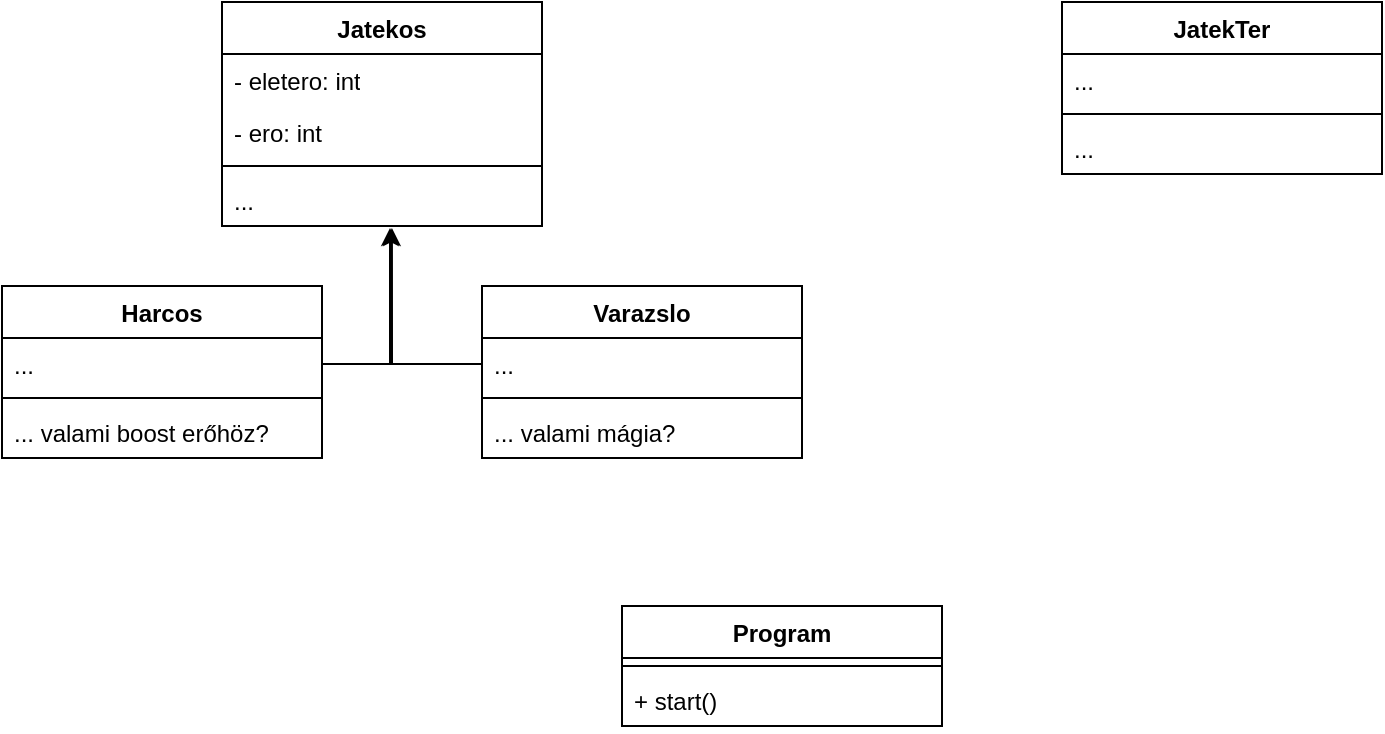
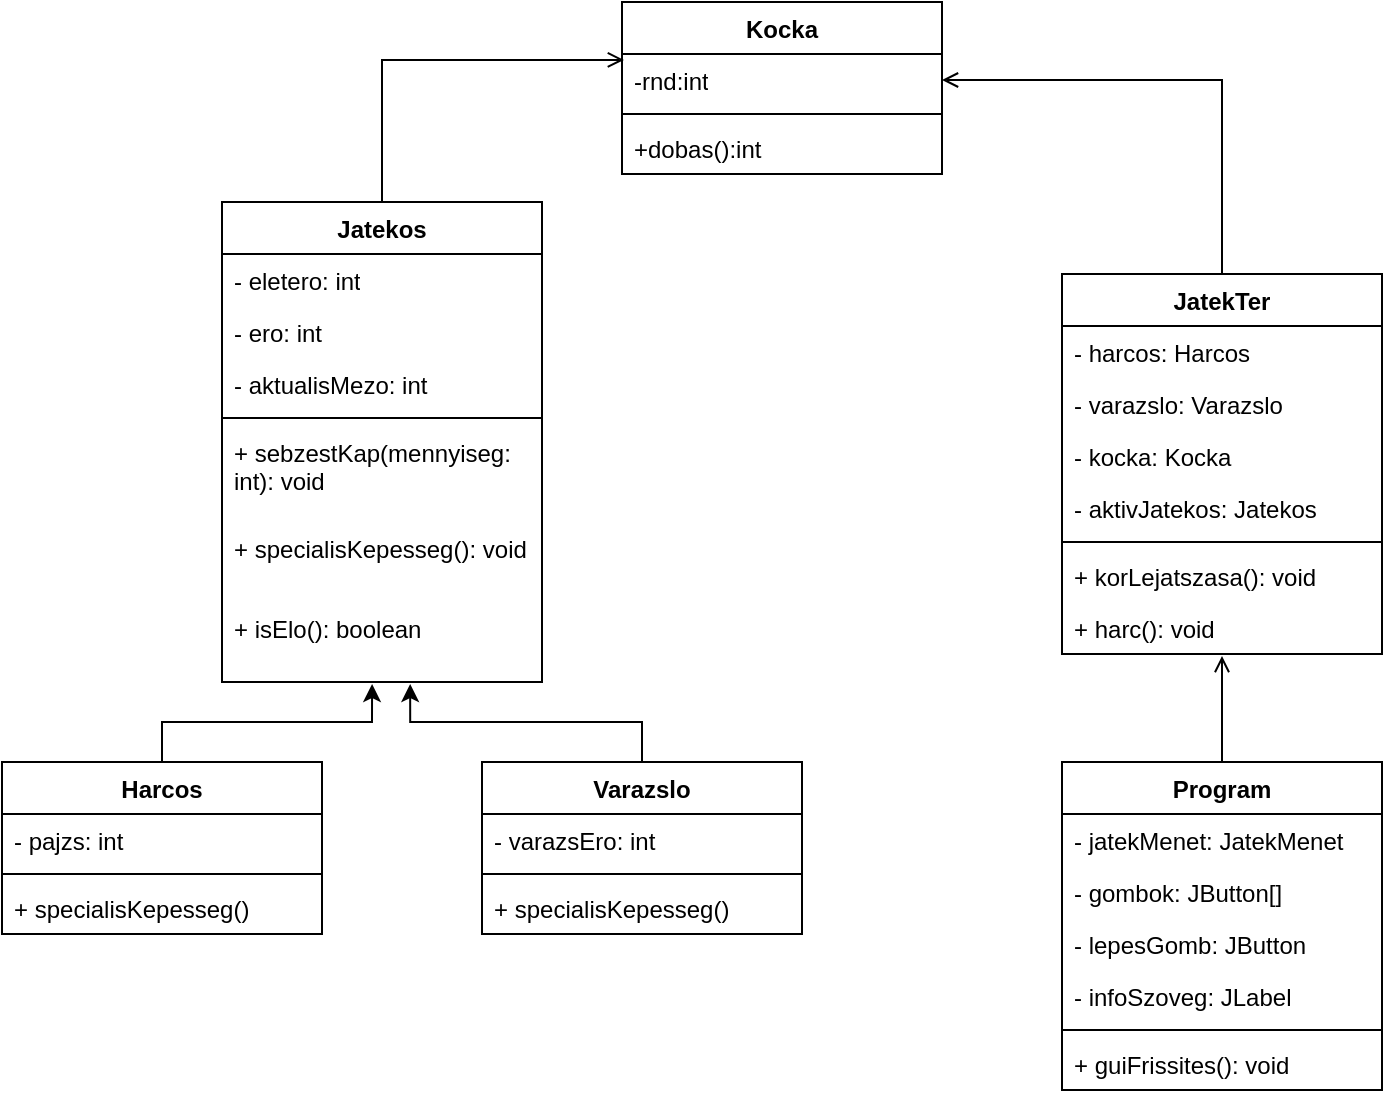
<mxfile host="app.diagrams.net">
  <diagram name="Oldal-1" id="MDZ7BmWtge9CRLqWw2h7">
    <mxGraphModel dx="934" dy="597" grid="1" gridSize="10" guides="1" tooltips="1" connect="1" arrows="1" fold="1" page="1" pageScale="1" pageWidth="827" pageHeight="1169" math="0" shadow="0">
      <root>
        <mxCell id="0" />
        <mxCell id="1" parent="0" />
        <mxCell id="AlQJ_QxqJ-K2OFVFKbxU-5" parent="1" style="swimlane;fontStyle=1;align=center;verticalAlign=top;childLayout=stackLayout;horizontal=1;startSize=26;horizontalStack=0;resizeParent=1;resizeParentMax=0;resizeLast=0;collapsible=1;marginBottom=0;whiteSpace=wrap;html=1;" value="Jatekos" vertex="1">
-           <mxGeometry height="112" width="160" x="150" y="58" as="geometry" />
+           <mxGeometry height="240" width="160" x="150" y="120" as="geometry" />
        </mxCell>
        <mxCell id="AlQJ_QxqJ-K2OFVFKbxU-6" parent="AlQJ_QxqJ-K2OFVFKbxU-5" style="text;strokeColor=none;fillColor=none;align=left;verticalAlign=top;spacingLeft=4;spacingRight=4;overflow=hidden;rotatable=0;points=[[0,0.5],[1,0.5]];portConstraint=eastwest;whiteSpace=wrap;html=1;" value="- eletero: int" vertex="1">
          <mxGeometry height="26" width="160" y="26" as="geometry" />
        </mxCell>
        <mxCell id="AlQJ_QxqJ-K2OFVFKbxU-9" parent="AlQJ_QxqJ-K2OFVFKbxU-5" style="text;strokeColor=none;fillColor=none;align=left;verticalAlign=top;spacingLeft=4;spacingRight=4;overflow=hidden;rotatable=0;points=[[0,0.5],[1,0.5]];portConstraint=eastwest;whiteSpace=wrap;html=1;" value="- ero: int" vertex="1">
          <mxGeometry height="26" width="160" y="52" as="geometry" />
        </mxCell>
+         <mxCell id="AlQJ_QxqJ-K2OFVFKbxU-35" parent="AlQJ_QxqJ-K2OFVFKbxU-5" style="text;strokeColor=none;fillColor=none;align=left;verticalAlign=top;spacingLeft=4;spacingRight=4;overflow=hidden;rotatable=0;points=[[0,0.5],[1,0.5]];portConstraint=eastwest;whiteSpace=wrap;html=1;" value="- aktualisMezo: int" vertex="1">
+           <mxGeometry height="26" width="160" y="78" as="geometry" />
+         </mxCell>
        <mxCell id="AlQJ_QxqJ-K2OFVFKbxU-7" parent="AlQJ_QxqJ-K2OFVFKbxU-5" style="line;strokeWidth=1;fillColor=none;align=left;verticalAlign=middle;spacingTop=-1;spacingLeft=3;spacingRight=3;rotatable=0;labelPosition=right;points=[];portConstraint=eastwest;strokeColor=inherit;" value="" vertex="1">
-           <mxGeometry height="8" width="160" y="78" as="geometry" />
+           <mxGeometry height="8" width="160" y="104" as="geometry" />
        </mxCell>
-         <mxCell id="AlQJ_QxqJ-K2OFVFKbxU-8" parent="AlQJ_QxqJ-K2OFVFKbxU-5" style="text;strokeColor=none;fillColor=none;align=left;verticalAlign=top;spacingLeft=4;spacingRight=4;overflow=hidden;rotatable=0;points=[[0,0.5],[1,0.5]];portConstraint=eastwest;whiteSpace=wrap;html=1;" value="..." vertex="1">
-           <mxGeometry height="26" width="160" y="86" as="geometry" />
+         <mxCell id="AlQJ_QxqJ-K2OFVFKbxU-8" parent="AlQJ_QxqJ-K2OFVFKbxU-5" style="text;strokeColor=none;fillColor=none;align=left;verticalAlign=top;spacingLeft=4;spacingRight=4;overflow=hidden;rotatable=0;points=[[0,0.5],[1,0.5]];portConstraint=eastwest;whiteSpace=wrap;html=1;" value="+ sebzestKap(mennyiseg: int): void&lt;div&gt;&lt;br&gt;&lt;/div&gt;" vertex="1">
+           <mxGeometry height="48" width="160" y="112" as="geometry" />
+         </mxCell>
+         <mxCell id="AlQJ_QxqJ-K2OFVFKbxU-38" parent="AlQJ_QxqJ-K2OFVFKbxU-5" style="text;strokeColor=none;fillColor=none;align=left;verticalAlign=top;spacingLeft=4;spacingRight=4;overflow=hidden;rotatable=0;points=[[0,0.5],[1,0.5]];portConstraint=eastwest;whiteSpace=wrap;html=1;" value="&lt;div&gt;+ specialisKepesseg(): void&lt;/div&gt;" vertex="1">
+           <mxGeometry height="40" width="160" y="160" as="geometry" />
+         </mxCell>
+         <mxCell id="AlQJ_QxqJ-K2OFVFKbxU-37" parent="AlQJ_QxqJ-K2OFVFKbxU-5" style="text;strokeColor=none;fillColor=none;align=left;verticalAlign=top;spacingLeft=4;spacingRight=4;overflow=hidden;rotatable=0;points=[[0,0.5],[1,0.5]];portConstraint=eastwest;whiteSpace=wrap;html=1;" value="&lt;div&gt;+ isElo(): boolean&amp;nbsp;&lt;/div&gt;" vertex="1">
+           <mxGeometry height="40" width="160" y="200" as="geometry" />
        </mxCell>
        <mxCell id="AlQJ_QxqJ-K2OFVFKbxU-10" parent="1" style="swimlane;fontStyle=1;align=center;verticalAlign=top;childLayout=stackLayout;horizontal=1;startSize=26;horizontalStack=0;resizeParent=1;resizeParentMax=0;resizeLast=0;collapsible=1;marginBottom=0;whiteSpace=wrap;html=1;" value="Harcos" vertex="1">
-           <mxGeometry height="86" width="160" x="40" y="200" as="geometry" />
+           <mxGeometry height="86" width="160" x="40" y="400" as="geometry" />
        </mxCell>
-         <mxCell id="AlQJ_QxqJ-K2OFVFKbxU-11" parent="AlQJ_QxqJ-K2OFVFKbxU-10" style="text;strokeColor=none;fillColor=none;align=left;verticalAlign=top;spacingLeft=4;spacingRight=4;overflow=hidden;rotatable=0;points=[[0,0.5],[1,0.5]];portConstraint=eastwest;whiteSpace=wrap;html=1;" value="..." vertex="1">
+         <mxCell id="AlQJ_QxqJ-K2OFVFKbxU-11" parent="AlQJ_QxqJ-K2OFVFKbxU-10" style="text;strokeColor=none;fillColor=none;align=left;verticalAlign=top;spacingLeft=4;spacingRight=4;overflow=hidden;rotatable=0;points=[[0,0.5],[1,0.5]];portConstraint=eastwest;whiteSpace=wrap;html=1;" value="- pajzs: int " vertex="1">
          <mxGeometry height="26" width="160" y="26" as="geometry" />
        </mxCell>
        <mxCell id="AlQJ_QxqJ-K2OFVFKbxU-12" parent="AlQJ_QxqJ-K2OFVFKbxU-10" style="line;strokeWidth=1;fillColor=none;align=left;verticalAlign=middle;spacingTop=-1;spacingLeft=3;spacingRight=3;rotatable=0;labelPosition=right;points=[];portConstraint=eastwest;strokeColor=inherit;" value="" vertex="1">
          <mxGeometry height="8" width="160" y="52" as="geometry" />
        </mxCell>
-         <mxCell id="AlQJ_QxqJ-K2OFVFKbxU-13" parent="AlQJ_QxqJ-K2OFVFKbxU-10" style="text;strokeColor=none;fillColor=none;align=left;verticalAlign=top;spacingLeft=4;spacingRight=4;overflow=hidden;rotatable=0;points=[[0,0.5],[1,0.5]];portConstraint=eastwest;whiteSpace=wrap;html=1;" value="... valami boost erőhöz?" vertex="1">
+         <mxCell id="AlQJ_QxqJ-K2OFVFKbxU-13" parent="AlQJ_QxqJ-K2OFVFKbxU-10" style="text;strokeColor=none;fillColor=none;align=left;verticalAlign=top;spacingLeft=4;spacingRight=4;overflow=hidden;rotatable=0;points=[[0,0.5],[1,0.5]];portConstraint=eastwest;whiteSpace=wrap;html=1;" value="+ specialisKepesseg() " vertex="1">
          <mxGeometry height="26" width="160" y="60" as="geometry" />
        </mxCell>
        <mxCell id="AlQJ_QxqJ-K2OFVFKbxU-14" parent="1" style="swimlane;fontStyle=1;align=center;verticalAlign=top;childLayout=stackLayout;horizontal=1;startSize=26;horizontalStack=0;resizeParent=1;resizeParentMax=0;resizeLast=0;collapsible=1;marginBottom=0;whiteSpace=wrap;html=1;" value="Varazslo" vertex="1">
-           <mxGeometry height="86" width="160" x="280" y="200" as="geometry" />
+           <mxGeometry height="86" width="160" x="280" y="400" as="geometry" />
        </mxCell>
-         <mxCell id="AlQJ_QxqJ-K2OFVFKbxU-15" parent="AlQJ_QxqJ-K2OFVFKbxU-14" style="text;strokeColor=none;fillColor=none;align=left;verticalAlign=top;spacingLeft=4;spacingRight=4;overflow=hidden;rotatable=0;points=[[0,0.5],[1,0.5]];portConstraint=eastwest;whiteSpace=wrap;html=1;" value="..." vertex="1">
+         <mxCell id="AlQJ_QxqJ-K2OFVFKbxU-15" parent="AlQJ_QxqJ-K2OFVFKbxU-14" style="text;strokeColor=none;fillColor=none;align=left;verticalAlign=top;spacingLeft=4;spacingRight=4;overflow=hidden;rotatable=0;points=[[0,0.5],[1,0.5]];portConstraint=eastwest;whiteSpace=wrap;html=1;" value="- varazsEro: int " vertex="1">
          <mxGeometry height="26" width="160" y="26" as="geometry" />
        </mxCell>
        <mxCell id="AlQJ_QxqJ-K2OFVFKbxU-16" parent="AlQJ_QxqJ-K2OFVFKbxU-14" style="line;strokeWidth=1;fillColor=none;align=left;verticalAlign=middle;spacingTop=-1;spacingLeft=3;spacingRight=3;rotatable=0;labelPosition=right;points=[];portConstraint=eastwest;strokeColor=inherit;" value="" vertex="1">
          <mxGeometry height="8" width="160" y="52" as="geometry" />
        </mxCell>
-         <mxCell id="AlQJ_QxqJ-K2OFVFKbxU-17" parent="AlQJ_QxqJ-K2OFVFKbxU-14" style="text;strokeColor=none;fillColor=none;align=left;verticalAlign=top;spacingLeft=4;spacingRight=4;overflow=hidden;rotatable=0;points=[[0,0.5],[1,0.5]];portConstraint=eastwest;whiteSpace=wrap;html=1;" value="... valami mágia?" vertex="1">
+         <mxCell id="AlQJ_QxqJ-K2OFVFKbxU-17" parent="AlQJ_QxqJ-K2OFVFKbxU-14" style="text;strokeColor=none;fillColor=none;align=left;verticalAlign=top;spacingLeft=4;spacingRight=4;overflow=hidden;rotatable=0;points=[[0,0.5],[1,0.5]];portConstraint=eastwest;whiteSpace=wrap;html=1;" value="+ specialisKepesseg() " vertex="1">
          <mxGeometry height="26" width="160" y="60" as="geometry" />
        </mxCell>
-         <mxCell id="AlQJ_QxqJ-K2OFVFKbxU-20" edge="1" parent="1" source="AlQJ_QxqJ-K2OFVFKbxU-15" style="edgeStyle=orthogonalEdgeStyle;rounded=0;orthogonalLoop=1;jettySize=auto;html=1;entryX=0.531;entryY=1.038;entryDx=0;entryDy=0;entryPerimeter=0;" target="AlQJ_QxqJ-K2OFVFKbxU-8">
-           <mxGeometry relative="1" as="geometry" />
-         </mxCell>
-         <mxCell id="AlQJ_QxqJ-K2OFVFKbxU-22" edge="1" parent="1" source="AlQJ_QxqJ-K2OFVFKbxU-11" style="edgeStyle=orthogonalEdgeStyle;rounded=0;orthogonalLoop=1;jettySize=auto;html=1;entryX=0.525;entryY=1.038;entryDx=0;entryDy=0;entryPerimeter=0;" target="AlQJ_QxqJ-K2OFVFKbxU-8">
+         <mxCell id="AlQJ_QxqJ-K2OFVFKbxU-53" edge="1" parent="1" source="AlQJ_QxqJ-K2OFVFKbxU-23" style="edgeStyle=orthogonalEdgeStyle;rounded=0;orthogonalLoop=1;jettySize=auto;html=1;entryX=1;entryY=0.5;entryDx=0;entryDy=0;endArrow=open;endFill=0;" target="AlQJ_QxqJ-K2OFVFKbxU-32">
          <mxGeometry relative="1" as="geometry" />
        </mxCell>
        <mxCell id="AlQJ_QxqJ-K2OFVFKbxU-23" parent="1" style="swimlane;fontStyle=1;align=center;verticalAlign=top;childLayout=stackLayout;horizontal=1;startSize=26;horizontalStack=0;resizeParent=1;resizeParentMax=0;resizeLast=0;collapsible=1;marginBottom=0;whiteSpace=wrap;html=1;" value="JatekTer" vertex="1">
-           <mxGeometry height="86" width="160" x="570" y="58" as="geometry" />
+           <mxGeometry height="190" width="160" x="570" y="156" as="geometry" />
        </mxCell>
-         <mxCell id="AlQJ_QxqJ-K2OFVFKbxU-24" parent="AlQJ_QxqJ-K2OFVFKbxU-23" style="text;strokeColor=none;fillColor=none;align=left;verticalAlign=top;spacingLeft=4;spacingRight=4;overflow=hidden;rotatable=0;points=[[0,0.5],[1,0.5]];portConstraint=eastwest;whiteSpace=wrap;html=1;" value="..." vertex="1">
+         <mxCell id="AlQJ_QxqJ-K2OFVFKbxU-24" parent="AlQJ_QxqJ-K2OFVFKbxU-23" style="text;strokeColor=none;fillColor=none;align=left;verticalAlign=top;spacingLeft=4;spacingRight=4;overflow=hidden;rotatable=0;points=[[0,0.5],[1,0.5]];portConstraint=eastwest;whiteSpace=wrap;html=1;" value="- harcos: Harcos " vertex="1">
          <mxGeometry height="26" width="160" y="26" as="geometry" />
        </mxCell>
+         <mxCell id="AlQJ_QxqJ-K2OFVFKbxU-40" parent="AlQJ_QxqJ-K2OFVFKbxU-23" style="text;strokeColor=none;fillColor=none;align=left;verticalAlign=top;spacingLeft=4;spacingRight=4;overflow=hidden;rotatable=0;points=[[0,0.5],[1,0.5]];portConstraint=eastwest;whiteSpace=wrap;html=1;" value="- varazslo: Varazslo  " vertex="1">
+           <mxGeometry height="26" width="160" y="52" as="geometry" />
+         </mxCell>
+         <mxCell id="AlQJ_QxqJ-K2OFVFKbxU-41" parent="AlQJ_QxqJ-K2OFVFKbxU-23" style="text;strokeColor=none;fillColor=none;align=left;verticalAlign=top;spacingLeft=4;spacingRight=4;overflow=hidden;rotatable=0;points=[[0,0.5],[1,0.5]];portConstraint=eastwest;whiteSpace=wrap;html=1;" value="- kocka: Kocka   " vertex="1">
+           <mxGeometry height="26" width="160" y="78" as="geometry" />
+         </mxCell>
+         <mxCell id="AlQJ_QxqJ-K2OFVFKbxU-42" parent="AlQJ_QxqJ-K2OFVFKbxU-23" style="text;strokeColor=none;fillColor=none;align=left;verticalAlign=top;spacingLeft=4;spacingRight=4;overflow=hidden;rotatable=0;points=[[0,0.5],[1,0.5]];portConstraint=eastwest;whiteSpace=wrap;html=1;" value=" - aktivJatekos: Jatekos  " vertex="1">
+           <mxGeometry height="26" width="160" y="104" as="geometry" />
+         </mxCell>
        <mxCell id="AlQJ_QxqJ-K2OFVFKbxU-25" parent="AlQJ_QxqJ-K2OFVFKbxU-23" style="line;strokeWidth=1;fillColor=none;align=left;verticalAlign=middle;spacingTop=-1;spacingLeft=3;spacingRight=3;rotatable=0;labelPosition=right;points=[];portConstraint=eastwest;strokeColor=inherit;" value="" vertex="1">
+           <mxGeometry height="8" width="160" y="130" as="geometry" />
+         </mxCell>
+         <mxCell id="AlQJ_QxqJ-K2OFVFKbxU-26" parent="AlQJ_QxqJ-K2OFVFKbxU-23" style="text;strokeColor=none;fillColor=none;align=left;verticalAlign=top;spacingLeft=4;spacingRight=4;overflow=hidden;rotatable=0;points=[[0,0.5],[1,0.5]];portConstraint=eastwest;whiteSpace=wrap;html=1;" value="+ korLejatszasa(): void " vertex="1">
+           <mxGeometry height="26" width="160" y="138" as="geometry" />
+         </mxCell>
+         <mxCell id="AlQJ_QxqJ-K2OFVFKbxU-44" parent="AlQJ_QxqJ-K2OFVFKbxU-23" style="text;strokeColor=none;fillColor=none;align=left;verticalAlign=top;spacingLeft=4;spacingRight=4;overflow=hidden;rotatable=0;points=[[0,0.5],[1,0.5]];portConstraint=eastwest;whiteSpace=wrap;html=1;" value="+ harc(): void  " vertex="1">
+           <mxGeometry height="26" width="160" y="164" as="geometry" />
+         </mxCell>
+         <mxCell id="AlQJ_QxqJ-K2OFVFKbxU-31" parent="1" style="swimlane;fontStyle=1;align=center;verticalAlign=top;childLayout=stackLayout;horizontal=1;startSize=26;horizontalStack=0;resizeParent=1;resizeParentMax=0;resizeLast=0;collapsible=1;marginBottom=0;whiteSpace=wrap;html=1;" value="Kocka" vertex="1">
+           <mxGeometry height="86" width="160" x="350" y="20" as="geometry" />
+         </mxCell>
+         <mxCell id="AlQJ_QxqJ-K2OFVFKbxU-32" parent="AlQJ_QxqJ-K2OFVFKbxU-31" style="text;strokeColor=none;fillColor=none;align=left;verticalAlign=top;spacingLeft=4;spacingRight=4;overflow=hidden;rotatable=0;points=[[0,0.5],[1,0.5]];portConstraint=eastwest;whiteSpace=wrap;html=1;" value="-rnd:int" vertex="1">
+           <mxGeometry height="26" width="160" y="26" as="geometry" />
+         </mxCell>
+         <mxCell id="AlQJ_QxqJ-K2OFVFKbxU-33" parent="AlQJ_QxqJ-K2OFVFKbxU-31" style="line;strokeWidth=1;fillColor=none;align=left;verticalAlign=middle;spacingTop=-1;spacingLeft=3;spacingRight=3;rotatable=0;labelPosition=right;points=[];portConstraint=eastwest;strokeColor=inherit;" value="" vertex="1">
          <mxGeometry height="8" width="160" y="52" as="geometry" />
        </mxCell>
-         <mxCell id="AlQJ_QxqJ-K2OFVFKbxU-26" parent="AlQJ_QxqJ-K2OFVFKbxU-23" style="text;strokeColor=none;fillColor=none;align=left;verticalAlign=top;spacingLeft=4;spacingRight=4;overflow=hidden;rotatable=0;points=[[0,0.5],[1,0.5]];portConstraint=eastwest;whiteSpace=wrap;html=1;" value="..." vertex="1">
+         <mxCell id="AlQJ_QxqJ-K2OFVFKbxU-34" parent="AlQJ_QxqJ-K2OFVFKbxU-31" style="text;strokeColor=none;fillColor=none;align=left;verticalAlign=top;spacingLeft=4;spacingRight=4;overflow=hidden;rotatable=0;points=[[0,0.5],[1,0.5]];portConstraint=eastwest;whiteSpace=wrap;html=1;" value="+dobas():int" vertex="1">
          <mxGeometry height="26" width="160" y="60" as="geometry" />
        </mxCell>
-         <mxCell id="AlQJ_QxqJ-K2OFVFKbxU-27" parent="1" style="swimlane;fontStyle=1;align=center;verticalAlign=top;childLayout=stackLayout;horizontal=1;startSize=26;horizontalStack=0;resizeParent=1;resizeParentMax=0;resizeLast=0;collapsible=1;marginBottom=0;whiteSpace=wrap;html=1;" value="Program" vertex="1">
-           <mxGeometry height="60" width="160" x="350" y="360" as="geometry" />
+         <mxCell id="AlQJ_QxqJ-K2OFVFKbxU-45" parent="1" style="swimlane;fontStyle=1;align=center;verticalAlign=top;childLayout=stackLayout;horizontal=1;startSize=26;horizontalStack=0;resizeParent=1;resizeParentMax=0;resizeLast=0;collapsible=1;marginBottom=0;whiteSpace=wrap;html=1;" value="Program" vertex="1">
+           <mxGeometry height="164" width="160" x="570" y="400" as="geometry" />
        </mxCell>
-         <mxCell id="AlQJ_QxqJ-K2OFVFKbxU-29" parent="AlQJ_QxqJ-K2OFVFKbxU-27" style="line;strokeWidth=1;fillColor=none;align=left;verticalAlign=middle;spacingTop=-1;spacingLeft=3;spacingRight=3;rotatable=0;labelPosition=right;points=[];portConstraint=eastwest;strokeColor=inherit;" value="" vertex="1">
-           <mxGeometry height="8" width="160" y="26" as="geometry" />
+         <mxCell id="AlQJ_QxqJ-K2OFVFKbxU-46" parent="AlQJ_QxqJ-K2OFVFKbxU-45" style="text;strokeColor=none;fillColor=none;align=left;verticalAlign=top;spacingLeft=4;spacingRight=4;overflow=hidden;rotatable=0;points=[[0,0.5],[1,0.5]];portConstraint=eastwest;whiteSpace=wrap;html=1;" value="- jatekMenet: JatekMenet" vertex="1">
+           <mxGeometry height="26" width="160" y="26" as="geometry" />
        </mxCell>
-         <mxCell id="AlQJ_QxqJ-K2OFVFKbxU-30" parent="AlQJ_QxqJ-K2OFVFKbxU-27" style="text;strokeColor=none;fillColor=none;align=left;verticalAlign=top;spacingLeft=4;spacingRight=4;overflow=hidden;rotatable=0;points=[[0,0.5],[1,0.5]];portConstraint=eastwest;whiteSpace=wrap;html=1;" value="+ start()" vertex="1">
-           <mxGeometry height="26" width="160" y="34" as="geometry" />
+         <mxCell id="AlQJ_QxqJ-K2OFVFKbxU-50" parent="AlQJ_QxqJ-K2OFVFKbxU-45" style="text;strokeColor=none;fillColor=none;align=left;verticalAlign=top;spacingLeft=4;spacingRight=4;overflow=hidden;rotatable=0;points=[[0,0.5],[1,0.5]];portConstraint=eastwest;whiteSpace=wrap;html=1;" value="- gombok: JButton[]   " vertex="1">
+           <mxGeometry height="26" width="160" y="52" as="geometry" />
+         </mxCell>
+         <mxCell id="AlQJ_QxqJ-K2OFVFKbxU-51" parent="AlQJ_QxqJ-K2OFVFKbxU-45" style="text;strokeColor=none;fillColor=none;align=left;verticalAlign=top;spacingLeft=4;spacingRight=4;overflow=hidden;rotatable=0;points=[[0,0.5],[1,0.5]];portConstraint=eastwest;whiteSpace=wrap;html=1;" value="- lepesGomb: JButton" vertex="1">
+           <mxGeometry height="26" width="160" y="78" as="geometry" />
+         </mxCell>
+         <mxCell id="AlQJ_QxqJ-K2OFVFKbxU-52" parent="AlQJ_QxqJ-K2OFVFKbxU-45" style="text;strokeColor=none;fillColor=none;align=left;verticalAlign=top;spacingLeft=4;spacingRight=4;overflow=hidden;rotatable=0;points=[[0,0.5],[1,0.5]];portConstraint=eastwest;whiteSpace=wrap;html=1;" value="- infoSzoveg: JLabel " vertex="1">
+           <mxGeometry height="26" width="160" y="104" as="geometry" />
+         </mxCell>
+         <mxCell id="AlQJ_QxqJ-K2OFVFKbxU-47" parent="AlQJ_QxqJ-K2OFVFKbxU-45" style="line;strokeWidth=1;fillColor=none;align=left;verticalAlign=middle;spacingTop=-1;spacingLeft=3;spacingRight=3;rotatable=0;labelPosition=right;points=[];portConstraint=eastwest;strokeColor=inherit;" value="" vertex="1">
+           <mxGeometry height="8" width="160" y="130" as="geometry" />
+         </mxCell>
+         <mxCell id="AlQJ_QxqJ-K2OFVFKbxU-48" parent="AlQJ_QxqJ-K2OFVFKbxU-45" style="text;strokeColor=none;fillColor=none;align=left;verticalAlign=top;spacingLeft=4;spacingRight=4;overflow=hidden;rotatable=0;points=[[0,0.5],[1,0.5]];portConstraint=eastwest;whiteSpace=wrap;html=1;" value="+ guiFrissites(): void  " vertex="1">
+           <mxGeometry height="26" width="160" y="138" as="geometry" />
+         </mxCell>
+         <mxCell id="AlQJ_QxqJ-K2OFVFKbxU-54" edge="1" parent="1" source="AlQJ_QxqJ-K2OFVFKbxU-5" style="edgeStyle=orthogonalEdgeStyle;rounded=0;orthogonalLoop=1;jettySize=auto;html=1;exitX=0.5;exitY=0;exitDx=0;exitDy=0;entryX=0.006;entryY=0.115;entryDx=0;entryDy=0;entryPerimeter=0;endArrow=open;endFill=0;" target="AlQJ_QxqJ-K2OFVFKbxU-32">
+           <mxGeometry relative="1" as="geometry" />
+         </mxCell>
+         <mxCell id="AlQJ_QxqJ-K2OFVFKbxU-56" edge="1" parent="1" source="AlQJ_QxqJ-K2OFVFKbxU-10" style="edgeStyle=orthogonalEdgeStyle;rounded=0;orthogonalLoop=1;jettySize=auto;html=1;entryX=0.469;entryY=1.025;entryDx=0;entryDy=0;entryPerimeter=0;" target="AlQJ_QxqJ-K2OFVFKbxU-37">
+           <mxGeometry relative="1" as="geometry" />
+         </mxCell>
+         <mxCell id="AlQJ_QxqJ-K2OFVFKbxU-57" edge="1" parent="1" source="AlQJ_QxqJ-K2OFVFKbxU-14" style="edgeStyle=orthogonalEdgeStyle;rounded=0;orthogonalLoop=1;jettySize=auto;html=1;exitX=0.5;exitY=0;exitDx=0;exitDy=0;entryX=0.588;entryY=1.025;entryDx=0;entryDy=0;entryPerimeter=0;" target="AlQJ_QxqJ-K2OFVFKbxU-37">
+           <mxGeometry relative="1" as="geometry" />
+         </mxCell>
+         <mxCell id="AlQJ_QxqJ-K2OFVFKbxU-58" edge="1" parent="1" source="AlQJ_QxqJ-K2OFVFKbxU-45" style="edgeStyle=orthogonalEdgeStyle;rounded=0;orthogonalLoop=1;jettySize=auto;html=1;entryX=0.5;entryY=1.038;entryDx=0;entryDy=0;entryPerimeter=0;endArrow=open;endFill=0;" target="AlQJ_QxqJ-K2OFVFKbxU-44">
+           <mxGeometry relative="1" as="geometry" />
        </mxCell>
      </root>
    </mxGraphModel>
  </diagram>
</mxfile>
